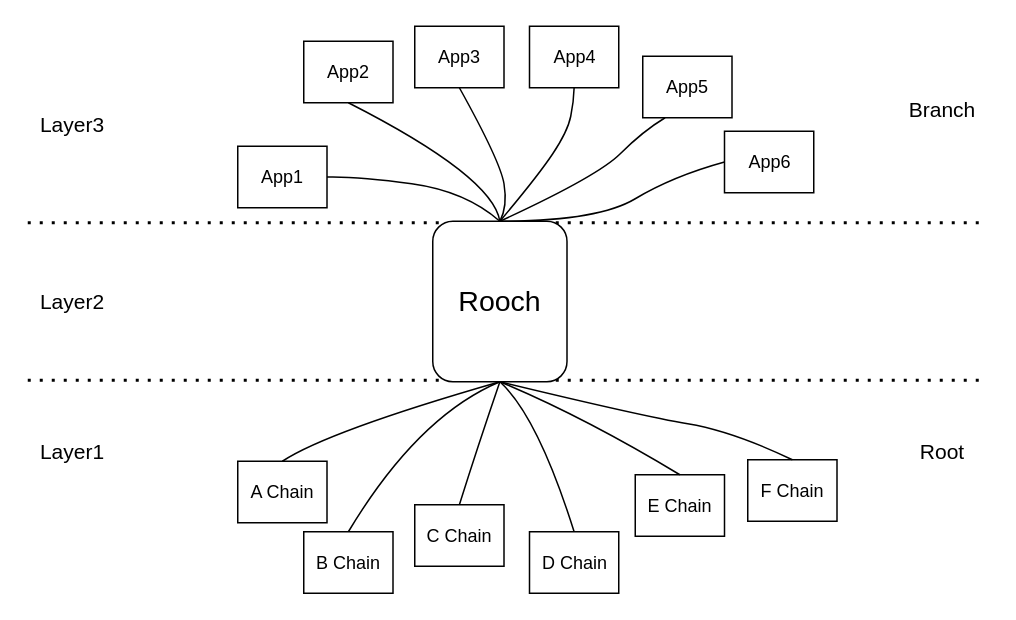
This is page "root_branch" (10 of 11) of static/diagram/rooch.drawio from rooch-network/rooch-network.github.io, a draw.io file, before an edit. Source tidied: cells renumbered, new cells numbered last; positions are measured from the earlier drawing's top-left corner, leaving out a move shared by most shapes. Both pictures are drawn from the tidied source at 150%, with x=0, y=0 at pixel (27, 26).
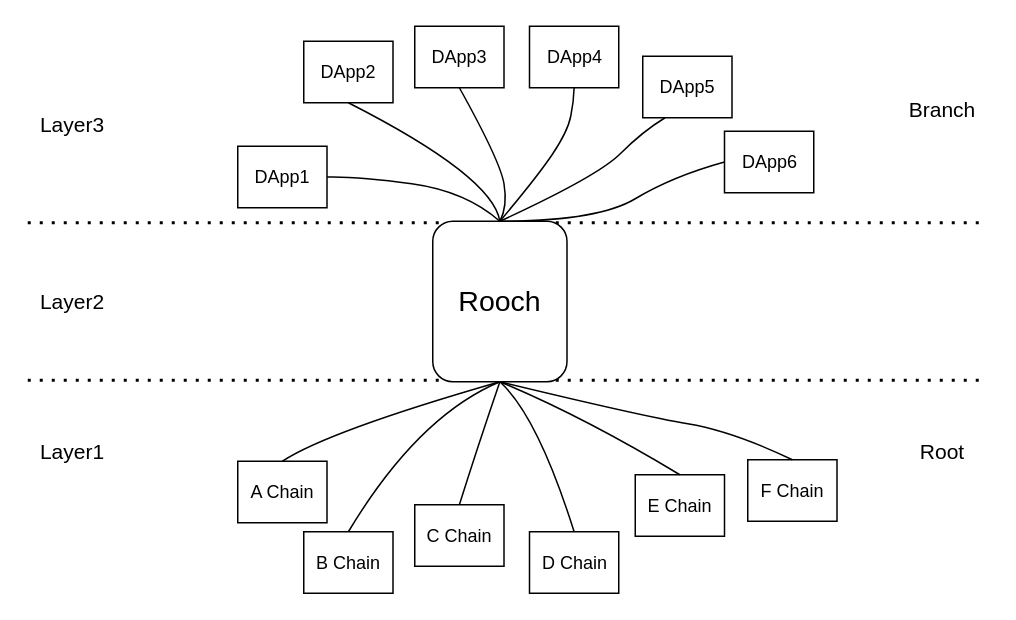
The same page after the edit.

The change refers to these unchanged cells:
```xml
<mxCell id="17" style="group;verticalAlign=middle;" parent="1" vertex="1">
  <mxGeometry x="140" y="80" width="59.5" height="41" as="geometry" />
</mxCell>
<mxCell id="19" style="group;verticalAlign=middle;" parent="1" vertex="1">
  <mxGeometry x="184" y="10" width="59.5" height="41" as="geometry" />
</mxCell>
<mxCell id="21" style="group;verticalAlign=middle;" parent="1" vertex="1">
  <mxGeometry x="258" width="59.5" height="41" as="geometry" />
</mxCell>
<mxCell id="23" style="group;verticalAlign=middle;" parent="1" vertex="1">
  <mxGeometry x="334.5" width="59.5" height="41" as="geometry" />
</mxCell>
<mxCell id="25" style="group;verticalAlign=middle;" parent="1" vertex="1">
  <mxGeometry x="410" y="20" width="59.5" height="41" as="geometry" />
</mxCell>
<mxCell id="27" style="group;verticalAlign=middle;" parent="1" vertex="1">
  <mxGeometry x="464.5" y="70" width="59.5" height="41" as="geometry" />
</mxCell>
```

What changed in the source:
```diff
@@
-    <mxCell id="18" value="App1" style="rounded=0;whiteSpace=wrap;html=1;verticalAlign=middle;align=center;" parent="17" vertex="1">
+    <mxCell id="18" value="DApp1" style="rounded=0;whiteSpace=wrap;html=1;verticalAlign=middle;align=center;" parent="17" vertex="1">
       <mxGeometry width="59.5" height="41" as="geometry" />
     </mxCell>
@@
-    <mxCell id="20" value="&lt;span&gt;App2&lt;/span&gt;" style="rounded=0;whiteSpace=wrap;html=1;verticalAlign=middle;align=center;" parent="19" vertex="1">
+    <mxCell id="20" value="&lt;span&gt;DApp2&lt;/span&gt;" style="rounded=0;whiteSpace=wrap;html=1;verticalAlign=middle;align=center;" parent="19" vertex="1">
       <mxGeometry width="59.5" height="41" as="geometry" />
     </mxCell>
@@
-    <mxCell id="22" value="&lt;span&gt;App3&lt;/span&gt;" style="rounded=0;whiteSpace=wrap;html=1;verticalAlign=middle;align=center;" parent="21" vertex="1">
+    <mxCell id="22" value="&lt;span&gt;DApp3&lt;/span&gt;" style="rounded=0;whiteSpace=wrap;html=1;verticalAlign=middle;align=center;" parent="21" vertex="1">
       <mxGeometry width="59.5" height="41" as="geometry" />
     </mxCell>
@@
-    <mxCell id="24" value="&lt;span&gt;App4&lt;/span&gt;" style="rounded=0;whiteSpace=wrap;html=1;verticalAlign=middle;align=center;" parent="23" vertex="1">
+    <mxCell id="24" value="&lt;span&gt;DApp4&lt;/span&gt;" style="rounded=0;whiteSpace=wrap;html=1;verticalAlign=middle;align=center;" parent="23" vertex="1">
       <mxGeometry width="59.5" height="41" as="geometry" />
     </mxCell>
@@
-    <mxCell id="26" value="&lt;span&gt;App5&lt;/span&gt;" style="rounded=0;whiteSpace=wrap;html=1;verticalAlign=middle;align=center;" parent="25" vertex="1">
+    <mxCell id="26" value="&lt;span&gt;DApp5&lt;/span&gt;" style="rounded=0;whiteSpace=wrap;html=1;verticalAlign=middle;align=center;" parent="25" vertex="1">
       <mxGeometry width="59.5" height="41" as="geometry" />
     </mxCell>
@@
-    <mxCell id="28" value="&lt;span&gt;App6&lt;/span&gt;" style="rounded=0;whiteSpace=wrap;html=1;verticalAlign=middle;align=center;" parent="27" vertex="1">
+    <mxCell id="28" value="&lt;span&gt;DApp6&lt;/span&gt;" style="rounded=0;whiteSpace=wrap;html=1;verticalAlign=middle;align=center;" parent="27" vertex="1">
       <mxGeometry width="59.5" height="41" as="geometry" />
     </mxCell>
```
